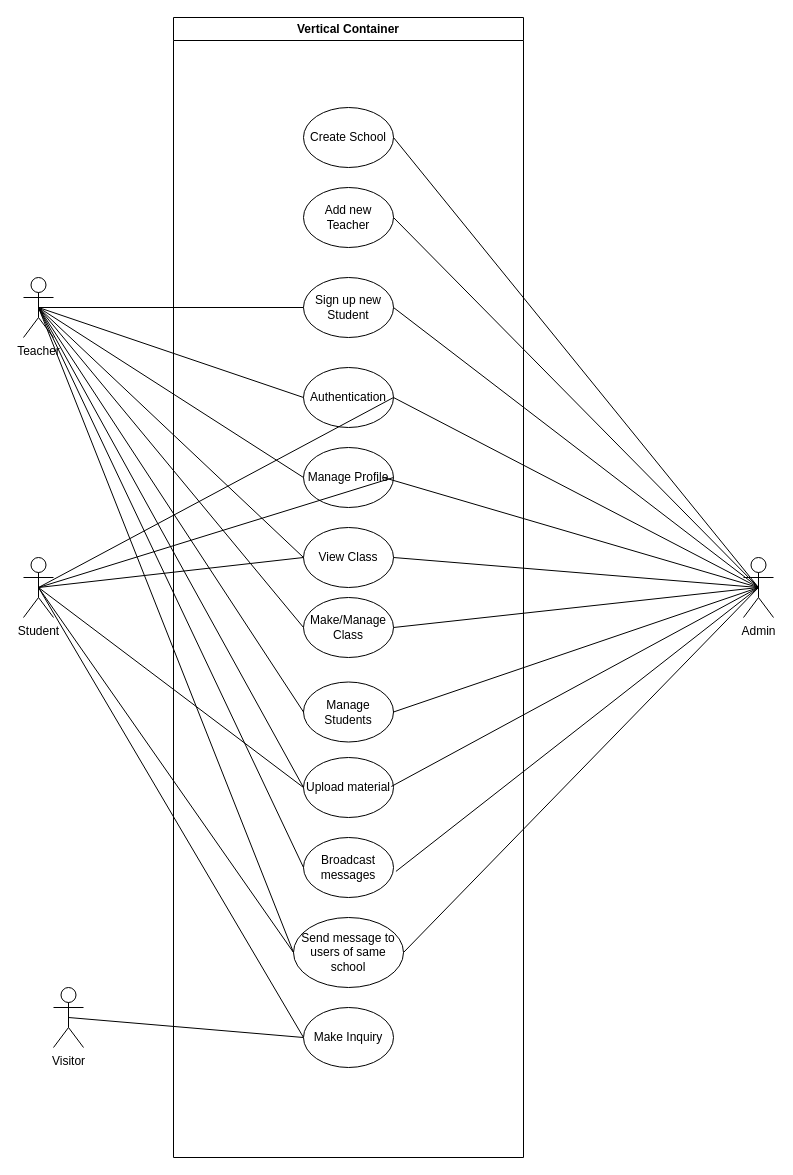
akshayvijaynair/music-academy-docs keeps this draw.io diagram as docs/assets/Use Case.drawio. Above is the earlier version. Source tidied: cells renumbered, new cells numbered last; positions are measured from the earlier drawing's top-left corner, leaving out a move shared by most shapes. Both pictures are drawn from the tidied source at 100%, with x=0, y=0 at pixel (23, 17).
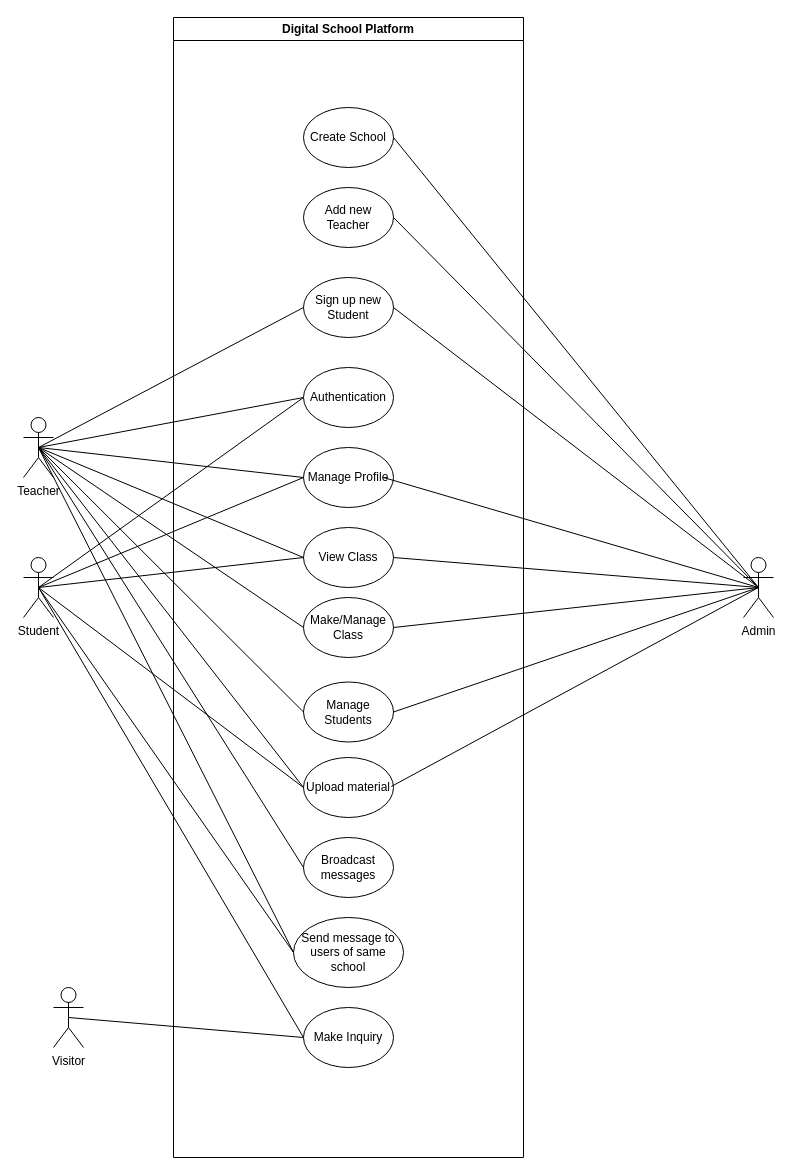
After the change.

Unchanged cells that the change refers to:
```xml
<mxCell id="4" value="Manage Profile" style="ellipse;whiteSpace=wrap;html=1;" parent="1" vertex="1">
  <mxGeometry x="280" y="430" width="90" height="60" as="geometry" />
</mxCell>
<mxCell id="7" value="Admin" style="shape=umlActor;verticalLabelPosition=bottom;verticalAlign=top;html=1;outlineConnect=0;" parent="1" vertex="1">
  <mxGeometry x="720" y="540" width="30" height="60" as="geometry" />
</mxCell>
<mxCell id="9" value="Student" style="shape=umlActor;verticalLabelPosition=bottom;verticalAlign=top;html=1;outlineConnect=0;" parent="1" vertex="1">
  <mxGeometry y="540" width="30" height="60" as="geometry" />
</mxCell>
<mxCell id="22" value="Broadcast messages" style="ellipse;whiteSpace=wrap;html=1;" parent="1" vertex="1">
  <mxGeometry x="280" y="820" width="90" height="60" as="geometry" />
</mxCell>
<mxCell id="38" value="Send message to users of same school" style="ellipse;whiteSpace=wrap;html=1;" parent="1" vertex="1">
  <mxGeometry x="270" y="900" width="110" height="70" as="geometry" />
</mxCell>
```

What changed in the source:
```diff
@@
-    <mxCell id="3" value="Authentication" style="ellipse;whiteSpace=wrap;html=1;" parent="1" vertex="1">
-      <mxGeometry x="280" y="350" width="90" height="60" as="geometry" />
-    </mxCell>
@@
     <mxCell id="8" value="Teacher" style="shape=umlActor;verticalLabelPosition=bottom;verticalAlign=top;html=1;outlineConnect=0;" parent="1" vertex="1">
-      <mxGeometry y="260" width="30" height="60" as="geometry" />
+      <mxGeometry y="400" width="30" height="60" as="geometry" />
     </mxCell>
@@
-    <mxCell id="12" style="endArrow=none;html=1;rounded=0;exitX=0.5;exitY=0.5;exitDx=0;exitDy=0;exitPerimeter=0;entryX=1;entryY=0.5;entryDx=0;entryDy=0;" parent="1" edge="1" source="7" target="3">
-      <mxGeometry relative="1" as="geometry" />
-    </mxCell>
@@
-    <mxCell id="16" style="endArrow=none;html=1;rounded=0;exitX=1;exitY=0.5;exitDx=0;exitDy=0;entryX=0.5;entryY=0.5;entryDx=0;entryDy=0;entryPerimeter=0;" parent="1" edge="1" source="3" target="9">
+    <mxCell id="16" style="endArrow=none;html=1;rounded=0;exitX=0;exitY=0.5;exitDx=0;exitDy=0;entryX=0.5;entryY=0.5;entryDx=0;entryDy=0;entryPerimeter=0;" parent="1" edge="1" source="3" target="9">
       <mxGeometry relative="1" as="geometry" />
     </mxCell>
@@
-    <mxCell id="37" style="endArrow=none;html=1;rounded=0;exitX=1;exitY=0.5;exitDx=0;exitDy=0;entryX=0.5;entryY=0.5;entryDx=0;entryDy=0;entryPerimeter=0;" parent="1" edge="1" source="4" target="9">
+    <mxCell id="37" style="endArrow=none;html=1;rounded=0;exitX=0;exitY=0.5;exitDx=0;exitDy=0;entryX=0.5;entryY=0.5;entryDx=0;entryDy=0;entryPerimeter=0;" parent="1" edge="1" source="4" target="9">
       <mxGeometry relative="1" as="geometry" />
     </mxCell>
@@
-    <mxCell id="40" style="endArrow=none;html=1;rounded=0;entryX=1;entryY=0.5;entryDx=0;entryDy=0;exitX=0.5;exitY=0.5;exitDx=0;exitDy=0;exitPerimeter=0;" parent="1" edge="1" source="7" target="38">
-      <mxGeometry relative="1" as="geometry" />
-    </mxCell>
-    <mxCell id="41" style="endArrow=none;html=1;rounded=0;exitX=0.5;exitY=0.5;exitDx=0;exitDy=0;exitPerimeter=0;entryX=1.027;entryY=0.565;entryDx=0;entryDy=0;entryPerimeter=0;" parent="1" edge="1" source="7" target="22">
-      <mxGeometry relative="1" as="geometry" />
-    </mxCell>
@@
-    <mxCell id="44" value="Vertical Container" style="swimlane;whiteSpace=wrap;html=1;" parent="1" vertex="1">
+    <mxCell id="44" value="Digital School Platform" style="swimlane;whiteSpace=wrap;html=1;" parent="1" vertex="1">
       <mxGeometry x="150" width="350" height="1140" as="geometry" />
     </mxCell>
@@
+    <mxCell id="3" value="Authentication" style="ellipse;whiteSpace=wrap;html=1;" parent="44" vertex="1">
+      <mxGeometry x="130" y="350" width="90" height="60" as="geometry" />
+    </mxCell>
```
